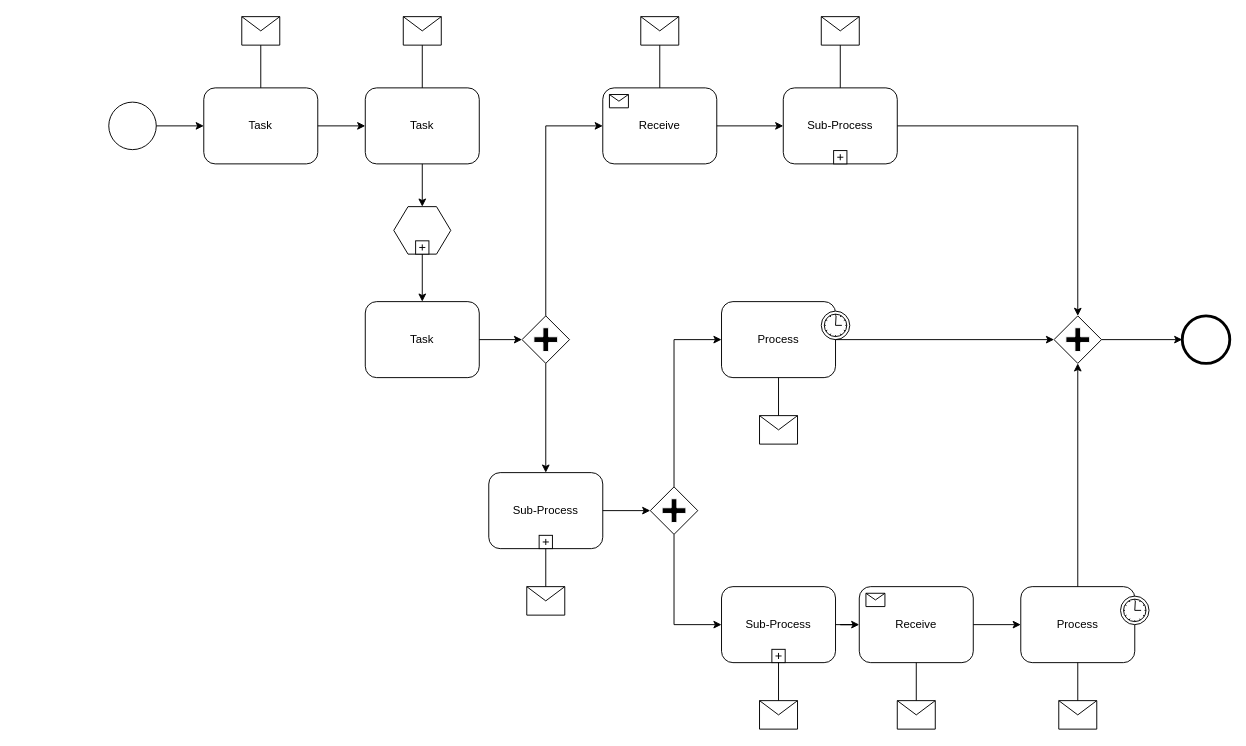
Earlier version of the draw.io diagram Diagrama sin título.drawio (YOviedo-2402/hello-git). Source tidied: cells renumbered, new cells numbered last; positions are measured from the earlier drawing's top-left corner, leaving out a move shared by most shapes. Both pictures are drawn from the tidied source at 95%, with x=0, y=0 at pixel (108, 16).
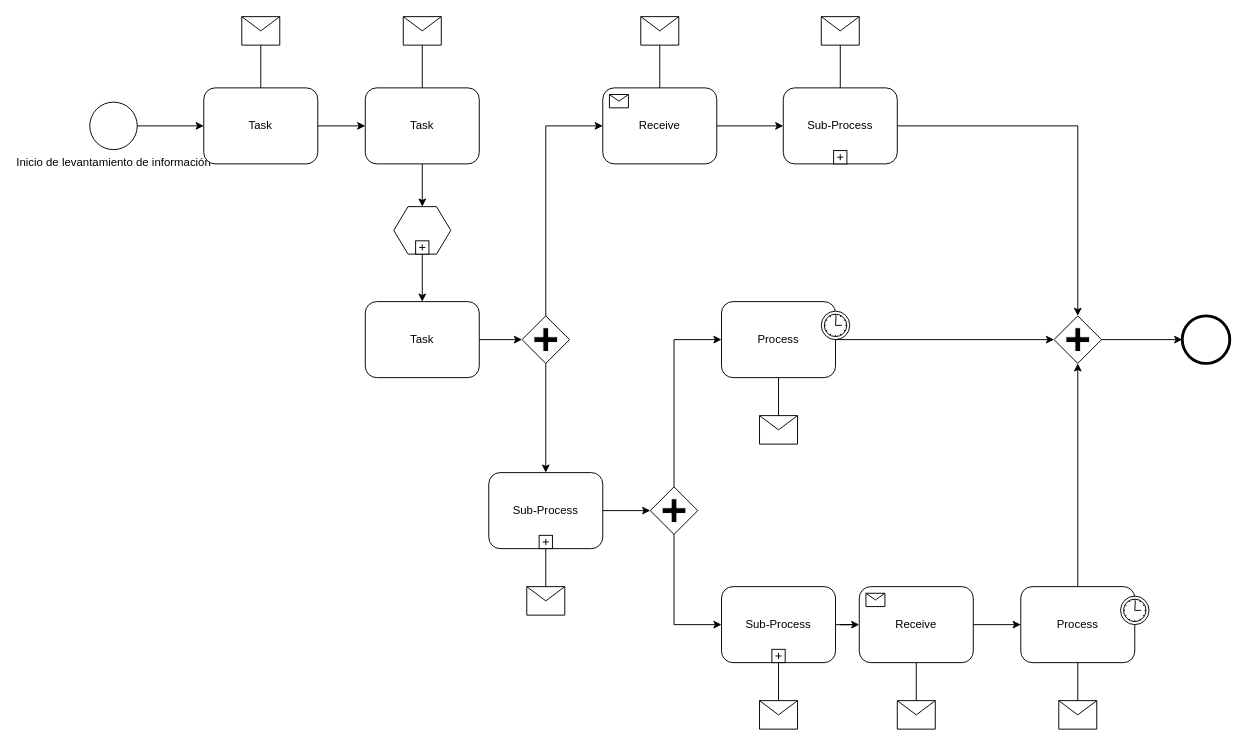
The same page after the edit.

Commit message:
Flujo de levantamiento de información

What changed in the source:
```diff
@@
-    <mxCell id="2" style="shape=mxgraph.bpmn.shape;html=1;verticalLabelPosition=bottom;labelBackgroundColor=#ffffff;verticalAlign=top;perimeter=ellipsePerimeter;outline=standard;symbol=general;" parent="1" vertex="1">
-      <mxGeometry y="90" width="50" height="50" as="geometry" />
+    <mxCell id="2" value="Inicio de levantamiento de información" style="shape=mxgraph.bpmn.shape;html=1;verticalLabelPosition=bottom;labelBackgroundColor=#ffffff;verticalAlign=top;perimeter=ellipsePerimeter;outline=standard;symbol=general;" parent="1" vertex="1">
+      <mxGeometry x="-20" y="90" width="50" height="50" as="geometry" />
     </mxCell>
```
